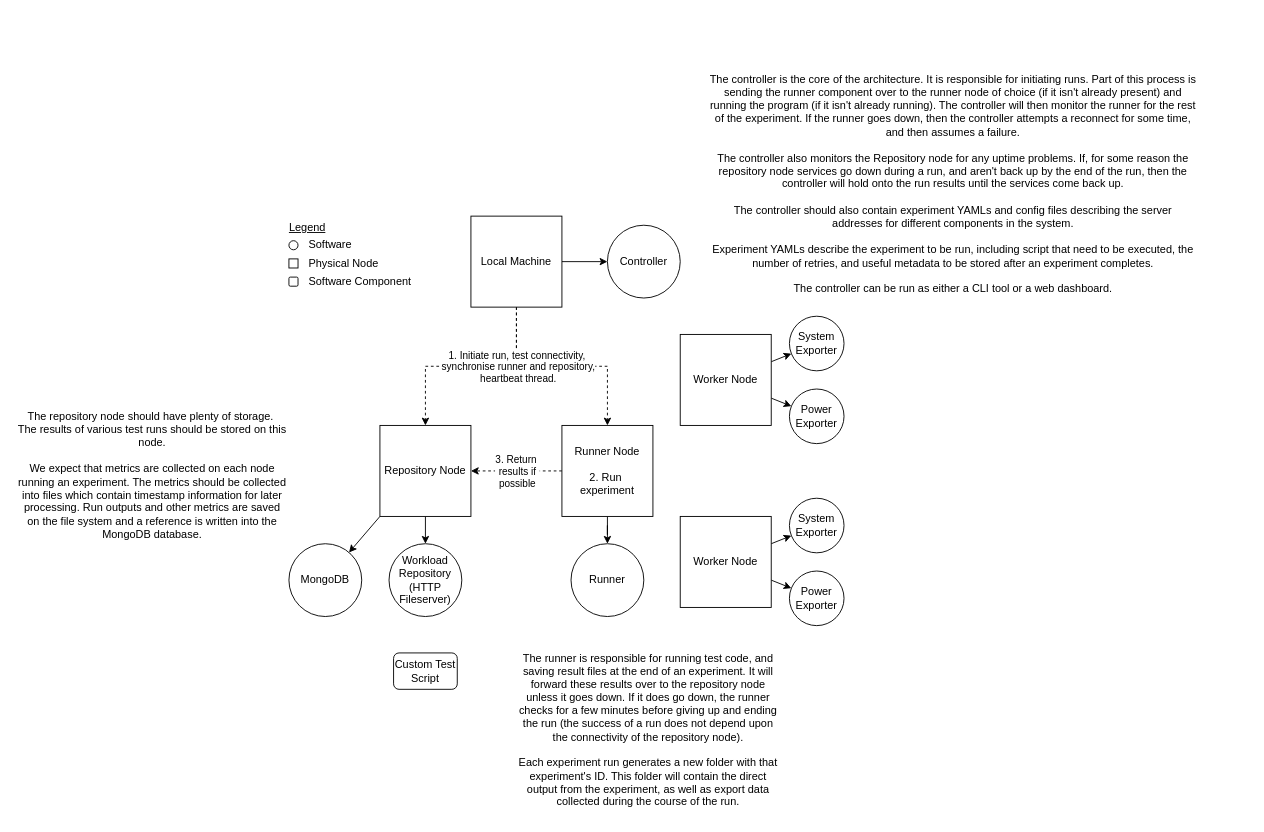
This is New_Architecture.drawio from SickMcNugget/Experimentah, a draw.io file, before an edit. Source tidied: cells renumbered, new cells numbered last; positions are measured from the earlier drawing's top-left corner, leaving out a move shared by most shapes. Both pictures are drawn from the tidied source at 91%, with x=0, y=0 at pixel (15, 70).
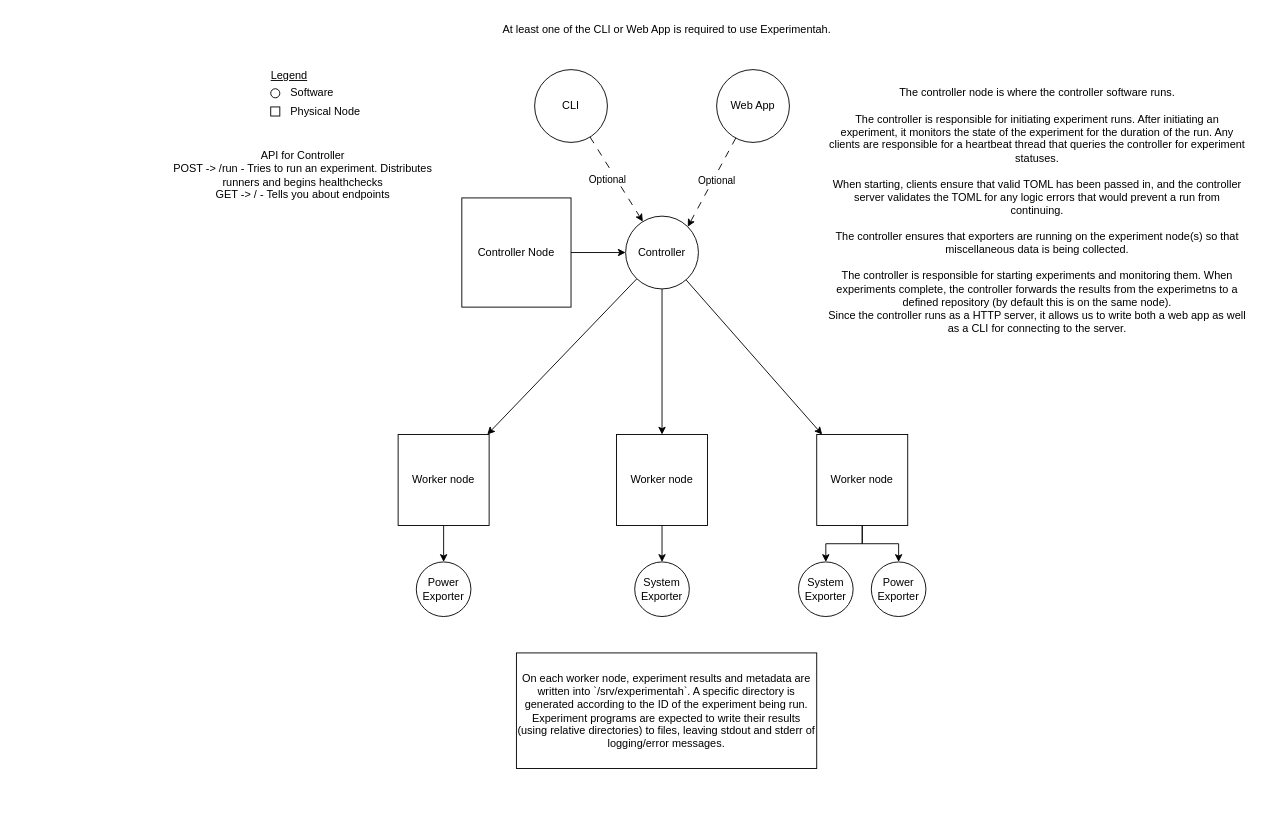
The same diagram, later.

Commit message (it also covers changes not shown here):
Architecture updates, controller error handling.

The edit, as a diff of the source:
```diff
@@
-    <mxCell id="2" style="edgeStyle=orthogonalEdgeStyle;rounded=0;jettySize=auto;html=1;" parent="1" edge="1" source="6" target="37">
-      <mxGeometry relative="1" as="geometry" />
-    </mxCell>
-    <mxCell id="3" style="edgeStyle=orthogonalEdgeStyle;rounded=0;jettySize=auto;html=1;entryX=0.5;entryY=0;entryDx=0;entryDy=0;dashed=1;" parent="1" edge="1" source="6" target="9">
-      <mxGeometry relative="1" as="geometry" />
-    </mxCell>
-    <mxCell id="4" style="edgeStyle=orthogonalEdgeStyle;rounded=0;jettySize=auto;html=1;entryX=0.5;entryY=0;entryDx=0;entryDy=0;dashed=1;" parent="1" edge="1" source="6" target="13">
-      <mxGeometry relative="1" as="geometry" />
-    </mxCell>
-    <mxCell id="5" value="&lt;div&gt;1. Initiate run, test connectivity,&amp;nbsp;&lt;/div&gt;&lt;div&gt;synchronise runner and repository,&lt;/div&gt;&lt;div&gt;heartbeat thread.&lt;/div&gt;" style="edgeLabel;html=1;align=center;verticalAlign=middle;" parent="4" vertex="1">
-      <mxGeometry x="-0.43" relative="1" as="geometry" />
-    </mxCell>
-    <mxCell id="6" value="Local Machine" style="rounded=0;whiteSpace=wrap;html=1;" parent="1" vertex="1">
-      <mxGeometry x="500" y="160" width="100" height="100" as="geometry" />
-    </mxCell>
-    <mxCell id="7" style="rounded=0;jettySize=auto;html=1;exitX=0;exitY=1;exitDx=0;exitDy=0;" parent="1" edge="1" source="9" target="20">
-      <mxGeometry relative="1" as="geometry" />
-    </mxCell>
-    <mxCell id="8" style="rounded=0;jettySize=auto;html=1;" parent="1" edge="1" source="9" target="21">
-      <mxGeometry relative="1" as="geometry" />
-    </mxCell>
-    <mxCell id="9" value="Repository Node" style="rounded=0;whiteSpace=wrap;html=1;" parent="1" vertex="1">
-      <mxGeometry x="400" y="390" width="100" height="100" as="geometry" />
-    </mxCell>
-    <mxCell id="10" style="edgeStyle=orthogonalEdgeStyle;rounded=0;jettySize=auto;html=1;" parent="1" edge="1" source="13" target="22">
-      <mxGeometry relative="1" as="geometry" />
-    </mxCell>
-    <mxCell id="11" style="edgeStyle=orthogonalEdgeStyle;rounded=0;jettySize=auto;html=1;exitX=0;exitY=0.5;exitDx=0;exitDy=0;entryX=1;entryY=0.5;entryDx=0;entryDy=0;dashed=1;" parent="1" edge="1" source="13" target="9">
-      <mxGeometry relative="1" as="geometry">
-        <Array as="points">
-          <mxPoint x="550" y="440" />
-          <mxPoint x="550" y="440" />
-        </Array>
-      </mxGeometry>
-    </mxCell>
-    <mxCell id="12" value="&lt;div&gt;3. Return&amp;nbsp;&lt;/div&gt;&lt;div&gt;results if&lt;/div&gt;&lt;div&gt;possible&lt;/div&gt;" style="edgeLabel;html=1;align=center;verticalAlign=middle;" parent="11" vertex="1">
-      <mxGeometry x="0.12" y="1" relative="1" as="geometry">
-        <mxPoint x="6" y="-1" as="offset" />
-      </mxGeometry>
-    </mxCell>
-    <mxCell id="13" value="&lt;div&gt;Runner Node&lt;/div&gt;&lt;div&gt;&lt;br&gt;&lt;/div&gt;&lt;div&gt;2. Run&amp;nbsp;&lt;/div&gt;&lt;div&gt;experiment&lt;/div&gt;" style="rounded=0;whiteSpace=wrap;html=1;" parent="1" vertex="1">
-      <mxGeometry x="600" y="390" width="100" height="100" as="geometry" />
-    </mxCell>
-    <mxCell id="14" style="rounded=0;jettySize=auto;html=1;" parent="1" edge="1" source="16" target="33">
-      <mxGeometry relative="1" as="geometry" />
-    </mxCell>
-    <mxCell id="15" style="rounded=0;jettySize=auto;html=1;elbow=vertical;" parent="1" edge="1" source="16" target="36">
-      <mxGeometry relative="1" as="geometry" />
-    </mxCell>
-    <mxCell id="16" value="Worker Node" style="rounded=0;whiteSpace=wrap;html=1;" parent="1" vertex="1">
-      <mxGeometry x="730" y="490" width="100" height="100" as="geometry" />
-    </mxCell>
-    <mxCell id="17" style="rounded=0;jettySize=auto;html=1;" parent="1" edge="1" source="19" target="34">
-      <mxGeometry relative="1" as="geometry" />
-    </mxCell>
-    <mxCell id="18" style="rounded=0;jettySize=auto;html=1;" parent="1" edge="1" source="19" target="35">
-      <mxGeometry relative="1" as="geometry" />
-    </mxCell>
-    <mxCell id="19" value="Worker Node" style="rounded=0;whiteSpace=wrap;html=1;" parent="1" vertex="1">
-      <mxGeometry x="730" y="290" width="100" height="100" as="geometry" />
-    </mxCell>
-    <mxCell id="20" value="MongoDB" style="ellipse;whiteSpace=wrap;html=1;" parent="1" vertex="1">
-      <mxGeometry x="300" y="520" width="80" height="80" as="geometry" />
-    </mxCell>
-    <mxCell id="21" value="Workload Repository (HTTP Fileserver)" style="ellipse;whiteSpace=wrap;html=1;" parent="1" vertex="1">
-      <mxGeometry x="410" y="520" width="80" height="80" as="geometry" />
-    </mxCell>
-    <mxCell id="22" value="Runner" style="ellipse;whiteSpace=wrap;html=1;" parent="1" vertex="1">
-      <mxGeometry x="610" y="520" width="80" height="80" as="geometry" />
-    </mxCell>
-    <mxCell id="23" value="Custom Test Script" style="rounded=1;whiteSpace=wrap;html=1;" parent="1" vertex="1">
-      <mxGeometry x="415" y="640" width="70" height="40" as="geometry" />
-    </mxCell>
     <mxCell id="24" style="group;" parent="1" vertex="1">
-      <mxGeometry x="290" y="160" width="170" height="87" as="geometry" />
+      <mxGeometry x="270" y="-7" width="170" height="92" as="geometry" />
     </mxCell>
@@
-    <mxCell id="31" style="rounded=1;whiteSpace=wrap;html=1;" parent="24" vertex="1">
-      <mxGeometry x="10" y="67" width="10" height="10" as="geometry" />
-    </mxCell>
-    <mxCell id="32" value="Software Component" style="text;html=1;align=left;verticalAlign=middle;strokeColor=none;fillColor=none;" parent="24" vertex="1">
-      <mxGeometry x="30" y="57" width="140" height="30" as="geometry" />
-    </mxCell>
     <mxCell id="33" value="&lt;div&gt;System Exporter&lt;/div&gt;" style="ellipse;whiteSpace=wrap;html=1;" parent="1" vertex="1">
-      <mxGeometry x="850" y="470" width="60" height="60" as="geometry" />
+      <mxGeometry x="680" y="540" width="60" height="60" as="geometry" />
     </mxCell>
     <mxCell id="34" value="&lt;div&gt;System Exporter&lt;/div&gt;" style="ellipse;whiteSpace=wrap;html=1;" parent="1" vertex="1">
-      <mxGeometry x="850" y="270" width="60" height="60" as="geometry" />
+      <mxGeometry x="860" y="540" width="60" height="60" as="geometry" />
     </mxCell>
     <mxCell id="35" value="&lt;div&gt;Power&lt;/div&gt;&lt;div&gt;Exporter&lt;/div&gt;" style="ellipse;whiteSpace=wrap;html=1;" parent="1" vertex="1">
-      <mxGeometry x="850" y="350" width="60" height="60" as="geometry" />
+      <mxGeometry x="940" y="540" width="60" height="60" as="geometry" />
     </mxCell>
+    <mxCell id="41" value="API for Controller&lt;div&gt;POST -&amp;gt; /run - Tries to run an experiment. Distributes&lt;br&gt;runners and begins healthchecks&lt;/div&gt;&lt;div&gt;GET -&amp;gt; / - Tells you about endpoints&lt;/div&gt;" style="text;html=1;align=center;verticalAlign=middle;strokeColor=none;fillColor=none;" parent="1" vertex="1">
+      <mxGeometry x="160" y="80" width="310" height="70" as="geometry" />
+    </mxCell>
+    <mxCell id="42" style="rounded=0;jettySize=auto;html=1;dashed=1;dashPattern=8 8;" parent="1" edge="1" source="44" target="37">
+      <mxGeometry relative="1" as="geometry" />
+    </mxCell>
+    <mxCell id="43" value="Optional" style="edgeLabel;html=1;align=center;verticalAlign=middle;" parent="42" vertex="1">
+      <mxGeometry x="-0.31" y="3" relative="1" as="geometry">
+        <mxPoint x="-4" y="16" as="offset" />
+      </mxGeometry>
+    </mxCell>
+    <mxCell id="44" value="CLI" style="ellipse;whiteSpace=wrap;html=1;" parent="1" vertex="1">
+      <mxGeometry x="570" y="-1" width="80" height="80" as="geometry" />
+    </mxCell>
+    <mxCell id="45" style="rounded=0;jettySize=auto;html=1;entryX=1;entryY=0;entryDx=0;entryDy=0;dashed=1;dashPattern=8 8;" parent="1" edge="1" source="47" target="37">
+      <mxGeometry relative="1" as="geometry" />
+    </mxCell>
+    <mxCell id="46" value="Optional" style="edgeLabel;html=1;align=center;verticalAlign=middle;" parent="45" vertex="1">
+      <mxGeometry x="-0.05" relative="1" as="geometry">
+        <mxPoint x="4" as="offset" />
+      </mxGeometry>
+    </mxCell>
+    <mxCell id="47" value="Web App" style="ellipse;whiteSpace=wrap;html=1;" parent="1" vertex="1">
+      <mxGeometry x="770" y="-1" width="80" height="80" as="geometry" />
+    </mxCell>
+    <mxCell id="48" style="edgeStyle=orthogonalEdgeStyle;rounded=0;jettySize=auto;html=1;" parent="1" edge="1" source="49" target="37">
+      <mxGeometry relative="1" as="geometry" />
+    </mxCell>
+    <mxCell id="49" value="Controller Node" style="whiteSpace=wrap;html=1;" parent="1" vertex="1">
+      <mxGeometry x="490" y="140" width="120" height="120" as="geometry" />
+    </mxCell>
+    <mxCell id="50" style="rounded=0;jettySize=auto;html=1;" parent="1" edge="1" source="37" target="57">
+      <mxGeometry relative="1" as="geometry" />
+    </mxCell>
+    <mxCell id="51" style="rounded=0;jettySize=auto;html=1;" parent="1" edge="1" source="37" target="60">
+      <mxGeometry relative="1" as="geometry" />
+    </mxCell>
+    <mxCell id="52" style="rounded=0;jettySize=auto;html=1;" parent="1" edge="1" source="37" target="55">
+      <mxGeometry relative="1" as="geometry" />
+    </mxCell>
+    <mxCell id="37" value="Controller" style="ellipse;whiteSpace=wrap;html=1;" parent="1" vertex="1">
+      <mxGeometry x="670" y="160" width="80" height="80" as="geometry" />
+    </mxCell>
+    <mxCell id="53" value="The controller node is where the controller software runs.&lt;div&gt;&lt;br&gt;&lt;div&gt;The controller is responsible for initiating experiment runs. After initiating an experiment, it monitors the state of the experiment for the duration of the run. Any clients are responsible for a heartbeat thread that queries the controller for experiment statuses.&lt;/div&gt;&lt;/div&gt;&lt;div&gt;&lt;br&gt;&lt;/div&gt;&lt;div&gt;When starting, clients ensure that valid TOML has been passed in, and the controller server validates the TOML for any logic errors that would prevent a run from continuing.&lt;/div&gt;&lt;div&gt;&lt;br&gt;&lt;/div&gt;&lt;div&gt;The controller ensures that exporters are running on the experiment node(s) so that miscellaneous data is being collected.&lt;/div&gt;&lt;div&gt;&lt;br&gt;&lt;/div&gt;&lt;div&gt;The controller is responsible for starting experiments and monitoring them. When experiments complete, the controller forwards the results from the experimetns to a defined repository (by default this is on the same node).&lt;/div&gt;&lt;div&gt;Since the controller runs as a HTTP server, it allows us to write both a web app as well as a CLI for connecting to the server.&lt;/div&gt;" style="text;html=1;align=center;verticalAlign=middle;whiteSpace=wrap;rounded=0;" parent="1" vertex="1">
+      <mxGeometry x="890" y="-1" width="465" height="310" as="geometry" />
+    </mxCell>
+    <mxCell id="54" style="edgeStyle=orthogonalEdgeStyle;rounded=0;jettySize=auto;html=1;" parent="1" edge="1" source="55" target="36">
+      <mxGeometry relative="1" as="geometry" />
+    </mxCell>
+    <mxCell id="55" value="Worker node" style="whiteSpace=wrap;html=1;" parent="1" vertex="1">
+      <mxGeometry x="420" y="400" width="100" height="100" as="geometry" />
+    </mxCell>
+    <mxCell id="56" style="edgeStyle=orthogonalEdgeStyle;rounded=0;jettySize=auto;html=1;" parent="1" edge="1" source="57" target="33">
+      <mxGeometry relative="1" as="geometry" />
+    </mxCell>
+    <mxCell id="57" value="Worker node" style="whiteSpace=wrap;html=1;" parent="1" vertex="1">
+      <mxGeometry x="660" y="400" width="100" height="100" as="geometry" />
+    </mxCell>
+    <mxCell id="58" style="edgeStyle=orthogonalEdgeStyle;rounded=0;jettySize=auto;html=1;" parent="1" edge="1" source="60" target="34">
+      <mxGeometry relative="1" as="geometry" />
+    </mxCell>
+    <mxCell id="59" style="edgeStyle=orthogonalEdgeStyle;rounded=0;jettySize=auto;html=1;" parent="1" edge="1" source="60" target="35">
+      <mxGeometry relative="1" as="geometry" />
+    </mxCell>
+    <mxCell id="60" value="Worker node" style="whiteSpace=wrap;html=1;" parent="1" vertex="1">
+      <mxGeometry x="880" y="400" width="100" height="100" as="geometry" />
+    </mxCell>
+    <mxCell id="61" value="&lt;div&gt;On each worker node, experiment results and metadata are written into `/srv/experimentah`. A specific directory is generated according to the ID of the experiment being run. Experiment programs are expected to write their results (using relative directories) to files, leaving stdout and stderr of logging/error messages.&lt;/div&gt;" style="whiteSpace=wrap;html=1;" parent="1" vertex="1">
+      <mxGeometry x="550" y="640" width="330" height="127" as="geometry" />
+    </mxCell>
     <mxCell id="36" value="&lt;div&gt;Power&lt;/div&gt;&lt;div&gt;Exporter&lt;/div&gt;" style="ellipse;whiteSpace=wrap;html=1;" parent="1" vertex="1">
-      <mxGeometry x="850" y="550" width="60" height="60" as="geometry" />
+      <mxGeometry x="440" y="540" width="60" height="60" as="geometry" />
     </mxCell>
-    <mxCell id="37" value="Controller" style="ellipse;whiteSpace=wrap;html=1;" parent="1" vertex="1">
-      <mxGeometry x="650" y="170" width="80" height="80" as="geometry" />
-    </mxCell>
-    <mxCell id="38" value="&lt;div&gt;The repository node should have plenty of storage.&amp;nbsp;&lt;/div&gt;&lt;div&gt;The results of various test runs should be stored on this node.&lt;/div&gt;&lt;div&gt;&lt;br&gt;&lt;/div&gt;&lt;div&gt;We expect that metrics are collected on each node running an experiment. The metrics should be collected into files which contain timestamp information for later processing. Run outputs and other metrics are saved on the file system and a reference is written into the MongoDB database.&lt;/div&gt;" style="text;html=1;align=center;verticalAlign=middle;whiteSpace=wrap;rounded=0;" parent="1" vertex="1">
-      <mxGeometry y="370" width="300" height="150" as="geometry" />
-    </mxCell>
-    <mxCell id="39" value="&lt;div&gt;The runner is responsible for running test code, and saving result files at the end of an experiment. It will forward these results over to the repository node unless it goes down. If it does go down, the runner checks for a few minutes before giving up and ending the run (the success of a run does not depend upon the connectivity of the repository node).&lt;/div&gt;&lt;div&gt;&lt;br&gt;&lt;/div&gt;&lt;div&gt;Each experiment run generates a new folder with that experiment's ID. This folder will contain the direct output from the experiment, as well as export data collected during the course of the run.&lt;/div&gt;" style="text;html=1;align=center;verticalAlign=middle;whiteSpace=wrap;rounded=0;" parent="1" vertex="1">
-      <mxGeometry x="550" y="630" width="290" height="190" as="geometry" />
-    </mxCell>
-    <mxCell id="40" value="&lt;div&gt;The controller is the core of the architecture. It is responsible for initiating runs. Part of this process is sending the runner component over to the runner node of choice (if it isn't already present) and running the program (if it isn't already running). The controller will then monitor the runner for the rest of the experiment. If the runner goes down, then the controller attempts a reconnect for some time, and then assumes a failure.&lt;/div&gt;&lt;div&gt;&lt;br&gt;&lt;/div&gt;&lt;div&gt;The controller also monitors the Repository node for any uptime problems. If, for some reason the repository node services go down during a run, and aren't back up by the end of the run, then the controller will hold onto the run results until the services come back up.&lt;/div&gt;&lt;div&gt;&lt;br&gt;&lt;/div&gt;&lt;div&gt;The controller should also contain experiment YAMLs and config files describing the server addresses for different components in the system.&lt;/div&gt;&lt;div&gt;&lt;br&gt;&lt;/div&gt;&lt;div&gt;Experiment YAMLs describe the experiment to be run, including script that need to be executed, the number of retries, and useful metadata to be stored after an experiment completes.&lt;/div&gt;&lt;div&gt;&lt;br&gt;&lt;/div&gt;&lt;div&gt;The controller can be run as either a CLI tool or a web dashboard.&lt;/div&gt;" style="text;html=1;align=center;verticalAlign=middle;whiteSpace=wrap;rounded=0;" parent="1" vertex="1">
-      <mxGeometry x="760" width="540" height="250" as="geometry" />
-    </mxCell>
+    <mxCell id="62" value="At least one of the CLI or Web App is required to use Experimentah." style="text;html=1;align=center;verticalAlign=middle;strokeColor=none;fillColor=none;" parent="1" vertex="1">
+      <mxGeometry x="525" y="-60" width="380" height="30" as="geometry" />
+    </mxCell>
```
